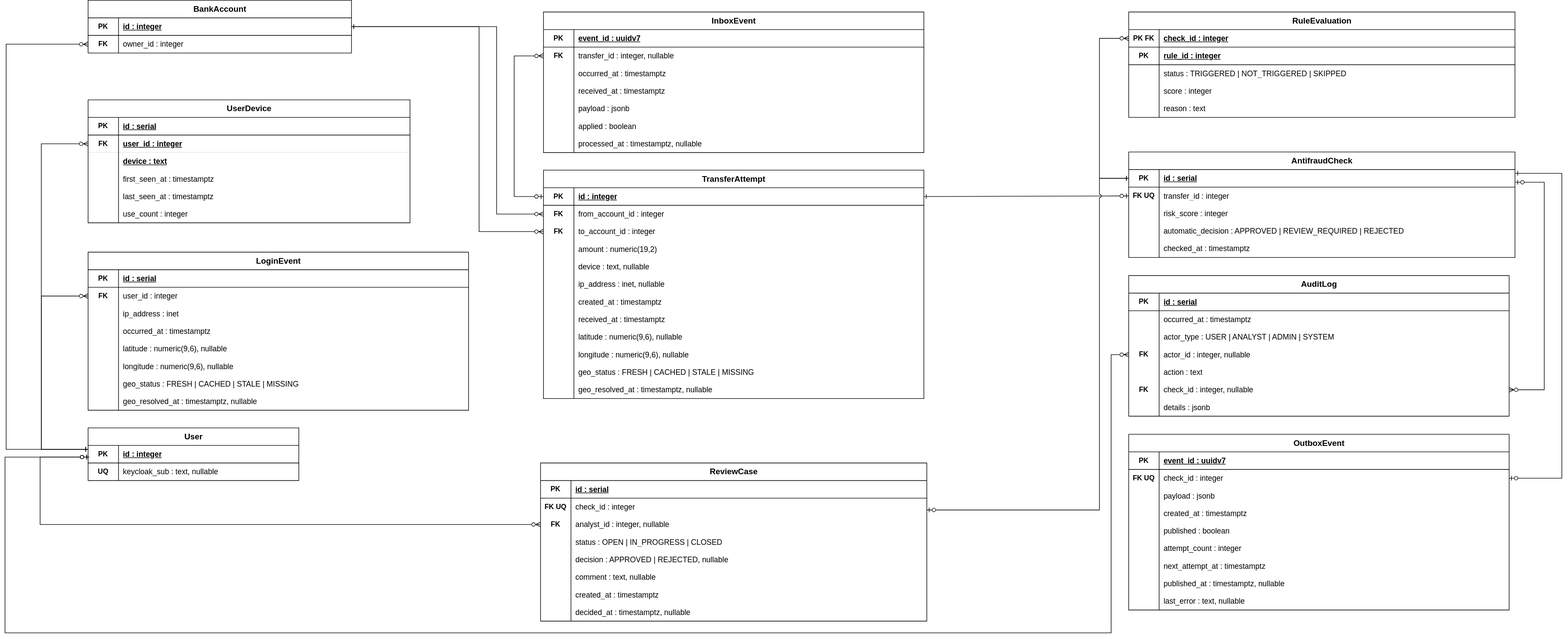
georgeboiko/e-bank keeps this draw.io diagram as backend/docs/data-models/compiled/datalogic/datalogic-antifraud.svg. Above is the earlier version. Source tidied: cells renumbered, new cells last; positions are measured from the earlier drawing's top-left corner, leaving out a move shared by most shapes.
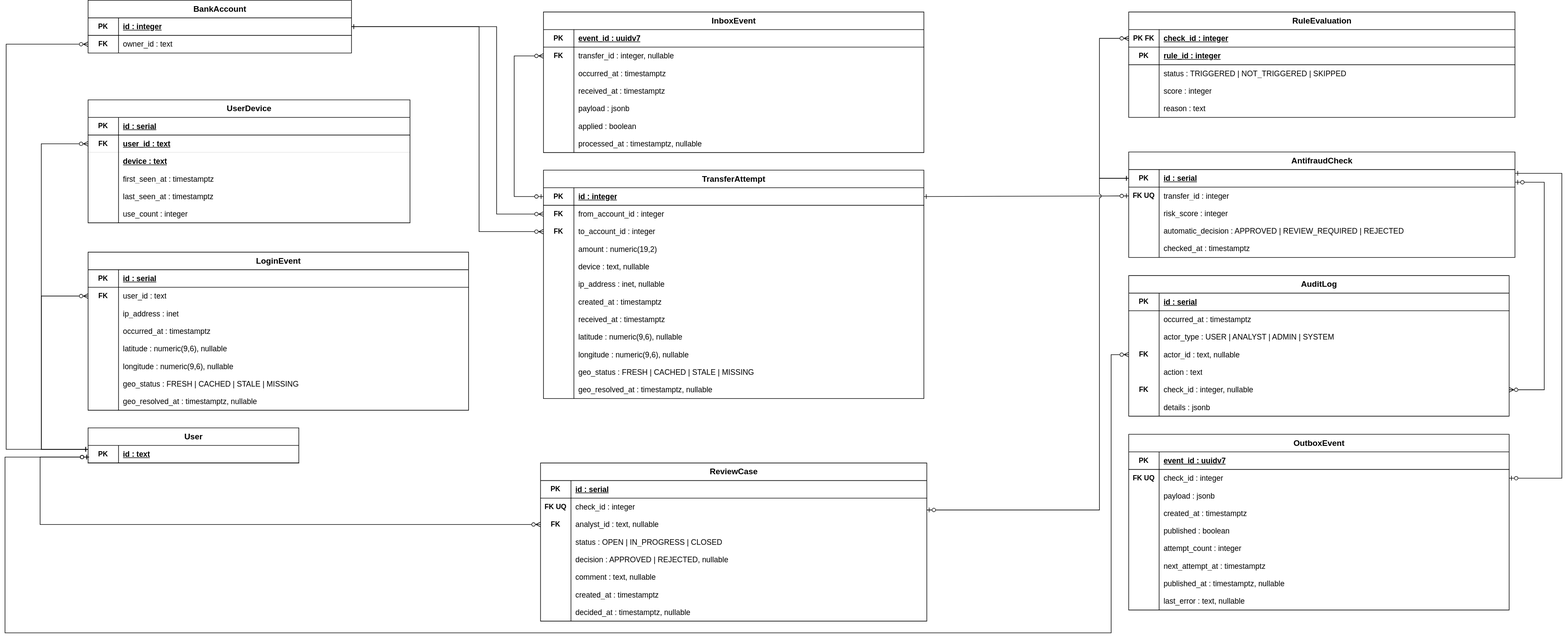
After the change.

What changed in the source:
```diff
@@ -3,7 +3,7 @@
     <mxCell id="0" />
     <mxCell id="1" parent="0" />
     <mxCell id="2" value="User" style="shape=table;startSize=30;rowLines=0;fontStyle=1;align=center;html=1;fillColor=#FFFFFF;strokeColor=#000000;fontColor=#000000;fontSize=14;" parent="1" vertex="1">
-      <mxGeometry x="142" y="730" width="360" height="90" as="geometry" />
+      <mxGeometry x="142" y="730" width="360" height="60" as="geometry" />
     </mxCell>
     <mxCell id="3" style="shape=tableRow;horizontal=0;startSize=0;swimlaneHead=0;swimlaneBody=0;fillColor=none;points=[[0,0.5],[1,0.5]];portConstraint=eastwest;top=0;left=0;right=0;bottom=1;" parent="2" vertex="1">
       <mxGeometry y="30" width="360" height="30" as="geometry" />
@@ -11,18 +11,9 @@
     <mxCell id="4" value="PK" style="shape=partialRectangle;fillColor=none;top=0;left=0;bottom=0;right=0;fontStyle=1;overflow=hidden;whiteSpace=wrap;html=1;fontSize=12;" parent="3" vertex="1">
       <mxGeometry width="52" height="30" as="geometry" />
     </mxCell>
-    <mxCell id="5" value="id : integer" style="shape=partialRectangle;fillColor=none;top=0;left=0;bottom=0;right=0;align=left;spacingLeft=6;fontStyle=5;overflow=hidden;whiteSpace=wrap;html=1;fontSize=13;" parent="3" vertex="1">
+    <mxCell id="5" value="id :&amp;nbsp;text" style="shape=partialRectangle;fillColor=none;top=0;left=0;bottom=0;right=0;align=left;spacingLeft=6;fontStyle=5;overflow=hidden;whiteSpace=wrap;html=1;fontSize=13;" parent="3" vertex="1">
       <mxGeometry x="52" width="308" height="30" as="geometry" />
     </mxCell>
-    <mxCell id="6" style="shape=tableRow;horizontal=0;startSize=0;swimlaneHead=0;swimlaneBody=0;fillColor=none;top=0;left=0;right=0;bottom=0;" parent="2" vertex="1">
-      <mxGeometry y="60" width="360" height="30" as="geometry" />
-    </mxCell>
-    <mxCell id="7" value="UQ" style="shape=partialRectangle;fillColor=none;top=0;left=0;bottom=0;right=0;fontStyle=1;overflow=hidden;whiteSpace=wrap;html=1;fontSize=12;" parent="6" vertex="1">
-      <mxGeometry width="52" height="30" as="geometry" />
-    </mxCell>
-    <mxCell id="8" value="keycloak_sub : text, nullable" style="shape=partialRectangle;fillColor=none;top=0;left=0;bottom=0;right=0;align=left;spacingLeft=6;fontStyle=0;overflow=hidden;whiteSpace=wrap;html=1;fontSize=13;" parent="6" vertex="1">
-      <mxGeometry x="52" width="308" height="30" as="geometry" />
-    </mxCell>
     <mxCell id="9" value="BankAccount" style="shape=table;startSize=30;rowLines=0;fontStyle=1;align=center;html=1;fillColor=#FFFFFF;strokeColor=#000000;fontColor=#000000;fontSize=14;" parent="1" vertex="1">
       <mxGeometry x="142" width="450" height="90" as="geometry" />
     </mxCell>
@@ -41,7 +32,7 @@
     <mxCell id="14" value="FK" style="shape=partialRectangle;fillColor=none;top=0;left=0;bottom=0;right=0;fontStyle=1;overflow=hidden;whiteSpace=wrap;html=1;fontSize=12;" parent="13" vertex="1">
       <mxGeometry width="52" height="30" as="geometry" />
     </mxCell>
-    <mxCell id="15" value="owner_id : integer" style="shape=partialRectangle;fillColor=none;top=0;left=0;bottom=0;right=0;align=left;spacingLeft=6;fontStyle=0;overflow=hidden;whiteSpace=wrap;html=1;fontSize=13;" parent="13" vertex="1">
+    <mxCell id="15" value="owner_id : text" style="shape=partialRectangle;fillColor=none;top=0;left=0;bottom=0;right=0;align=left;spacingLeft=6;fontStyle=0;overflow=hidden;whiteSpace=wrap;html=1;fontSize=13;" parent="13" vertex="1">
       <mxGeometry x="52" width="398" height="30" as="geometry" />
     </mxCell>
     <mxCell id="16" value="UserDevice" style="shape=table;startSize=30;rowLines=0;fontStyle=1;align=center;html=1;fillColor=#FFFFFF;strokeColor=#000000;fontColor=#000000;fontSize=14;" parent="1" vertex="1">
@@ -62,7 +53,7 @@
     <mxCell id="21" value="FK" style="shape=partialRectangle;fillColor=none;top=0;left=0;bottom=0;right=0;fontStyle=1;overflow=hidden;whiteSpace=wrap;html=1;fontSize=12;" parent="20" vertex="1">
       <mxGeometry width="52" height="30" as="geometry" />
     </mxCell>
-    <mxCell id="22" value="user_id : integer" style="shape=partialRectangle;fillColor=none;top=0;left=0;bottom=0;right=0;align=left;spacingLeft=6;fontStyle=5;overflow=hidden;whiteSpace=wrap;html=1;fontSize=13;" parent="20" vertex="1">
+    <mxCell id="22" value="user_id : text" style="shape=partialRectangle;fillColor=none;top=0;left=0;bottom=0;right=0;align=left;spacingLeft=6;fontStyle=5;overflow=hidden;whiteSpace=wrap;html=1;fontSize=13;" parent="20" vertex="1">
       <mxGeometry x="52" width="498" height="30" as="geometry" />
     </mxCell>
     <mxCell id="23" style="shape=tableRow;horizontal=0;startSize=0;swimlaneHead=0;swimlaneBody=0;fillColor=none;top=0;left=0;right=0;bottom=0;" parent="16" vertex="1">
@@ -119,7 +110,7 @@
     <mxCell id="40" value="FK" style="shape=partialRectangle;fillColor=none;top=0;left=0;bottom=0;right=0;fontStyle=1;overflow=hidden;whiteSpace=wrap;html=1;fontSize=12;" parent="39" vertex="1">
       <mxGeometry width="52" height="30" as="geometry" />
     </mxCell>
-    <mxCell id="41" value="user_id : integer" style="shape=partialRectangle;fillColor=none;top=0;left=0;bottom=0;right=0;align=left;spacingLeft=6;fontStyle=0;overflow=hidden;whiteSpace=wrap;html=1;fontSize=13;" parent="39" vertex="1">
+    <mxCell id="41" value="user_id : text" style="shape=partialRectangle;fillColor=none;top=0;left=0;bottom=0;right=0;align=left;spacingLeft=6;fontStyle=0;overflow=hidden;whiteSpace=wrap;html=1;fontSize=13;" parent="39" vertex="1">
       <mxGeometry x="52" width="598" height="30" as="geometry" />
     </mxCell>
     <mxCell id="42" style="shape=tableRow;horizontal=0;startSize=0;swimlaneHead=0;swimlaneBody=0;fillColor=none;top=0;left=0;right=0;bottom=0;" parent="35" vertex="1">
@@ -410,7 +401,7 @@
     <mxCell id="137" value="FK" style="shape=partialRectangle;fillColor=none;top=0;left=0;bottom=0;right=0;fontStyle=1;overflow=hidden;whiteSpace=wrap;html=1;fontSize=12;" parent="136" vertex="1">
       <mxGeometry width="52" height="30" as="geometry" />
     </mxCell>
-    <mxCell id="138" value="analyst_id : integer, nullable" style="shape=partialRectangle;fillColor=none;top=0;left=0;bottom=0;right=0;align=left;spacingLeft=6;fontStyle=0;overflow=hidden;whiteSpace=wrap;html=1;fontSize=13;" parent="136" vertex="1">
+    <mxCell id="138" value="analyst_id : text, nullable" style="shape=partialRectangle;fillColor=none;top=0;left=0;bottom=0;right=0;align=left;spacingLeft=6;fontStyle=0;overflow=hidden;whiteSpace=wrap;html=1;fontSize=13;" parent="136" vertex="1">
       <mxGeometry x="52" width="608" height="30" as="geometry" />
     </mxCell>
     <mxCell id="139" style="shape=tableRow;horizontal=0;startSize=0;swimlaneHead=0;swimlaneBody=0;fillColor=none;top=0;left=0;right=0;bottom=0;" parent="129" vertex="1">
@@ -644,7 +635,7 @@
     <mxCell id="215" value="FK" style="shape=partialRectangle;fillColor=none;top=0;left=0;bottom=0;right=0;fontStyle=1;overflow=hidden;whiteSpace=wrap;html=1;fontSize=12;" parent="214" vertex="1">
       <mxGeometry width="52" height="30" as="geometry" />
     </mxCell>
-    <mxCell id="216" value="actor_id : integer, nullable" style="shape=partialRectangle;fillColor=none;top=0;left=0;bottom=0;right=0;align=left;spacingLeft=6;fontStyle=0;overflow=hidden;whiteSpace=wrap;html=1;fontSize=13;" parent="214" vertex="1">
+    <mxCell id="216" value="actor_id : text, nullable" style="shape=partialRectangle;fillColor=none;top=0;left=0;bottom=0;right=0;align=left;spacingLeft=6;fontStyle=0;overflow=hidden;whiteSpace=wrap;html=1;fontSize=13;" parent="214" vertex="1">
       <mxGeometry x="52" width="598" height="30" as="geometry" />
     </mxCell>
     <mxCell id="217" style="shape=tableRow;horizontal=0;startSize=0;swimlaneHead=0;swimlaneBody=0;fillColor=none;top=0;left=0;right=0;bottom=0;" parent="204" vertex="1">
```
